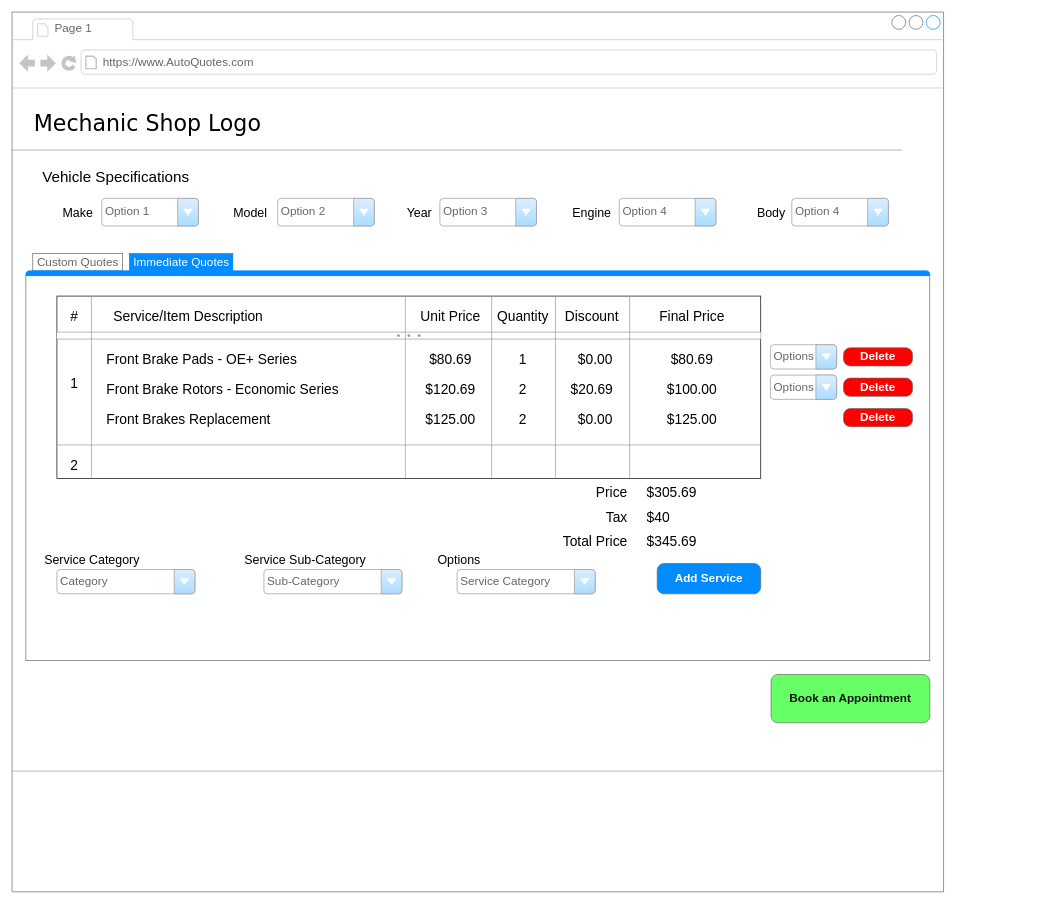
Above: Wireframe_Mockups/End-UserUI/EndUserMainQuotingPage.drawio in Awrmani/AutoQuotes (draw.io), before the change. Source tidied: cells renumbered, new cells numbered last; positions are measured from the earlier drawing's top-left corner, leaving out a move shared by most shapes. Both pictures are drawn from the tidied source at 69%, with x=0, y=0 at pixel (12, 12).
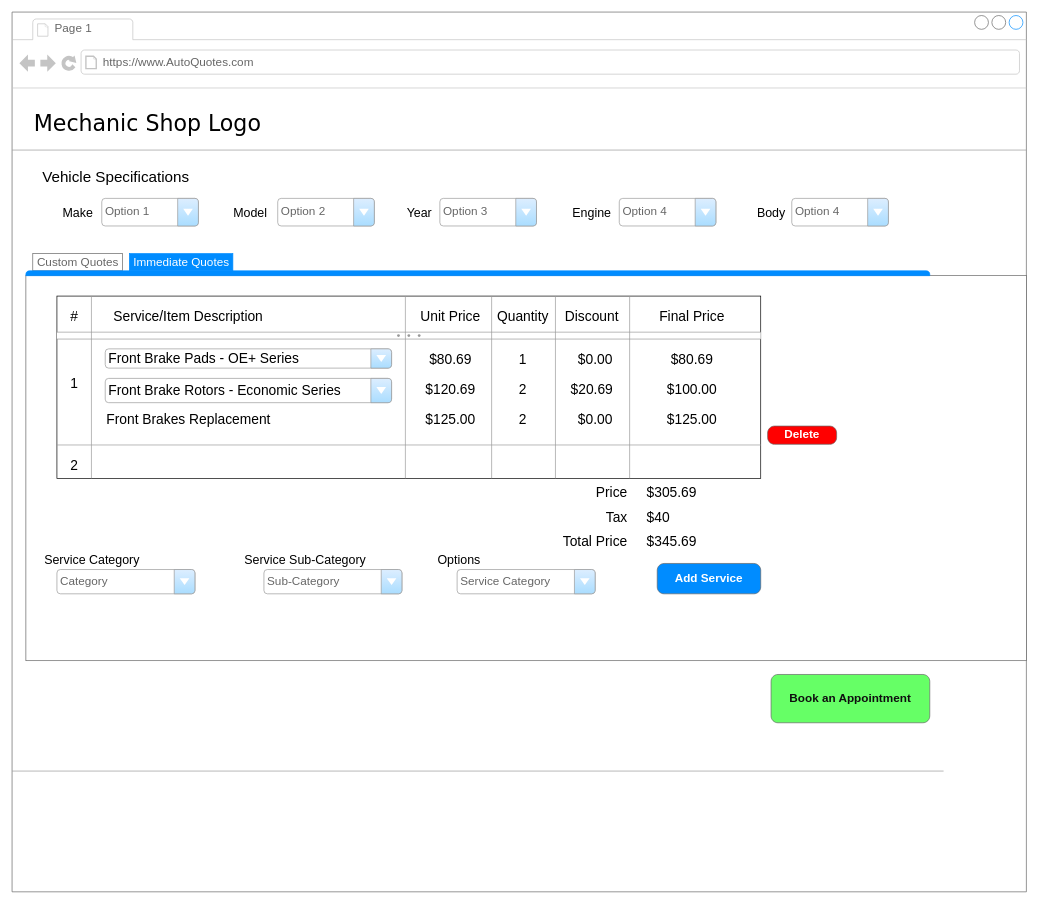
The same page after the edit.

Commit message:
improvement: User flow on quoting page

The edit, as a diff of the source:
```diff
@@
     <mxCell id="2" style="strokeWidth=1;shadow=0;dashed=0;align=left;html=1;shape=mxgraph.mockup.containers.browserWindow;rSize=0;strokeColor=#666666;mainText=,;rounded=0;labelBackgroundColor=none;fontFamily=Verdana;fontSize=12;" parent="1" vertex="1">
-      <mxGeometry width="1350" height="1275" as="geometry" />
+      <mxGeometry width="1470" height="1275" as="geometry" />
     </mxCell>
@@
     <mxCell id="6" style="verticalLabelPosition=bottom;shadow=0;dashed=0;align=center;html=1;verticalAlign=top;strokeWidth=1;shape=mxgraph.mockup.markup.line;strokeColor=#999999;rounded=0;labelBackgroundColor=none;fillColor=#ffffff;fontFamily=Verdana;fontSize=12;fontColor=#000000;" parent="2" vertex="1">
-      <mxGeometry y="190" width="1290" height="20" as="geometry" />
+      <mxGeometry y="190" width="1470" height="20" as="geometry" />
     </mxCell>
@@
     <mxCell id="19" style="strokeWidth=1;shadow=0;dashed=0;align=center;html=1;shape=mxgraph.mockup.containers.marginRect2;rectMarginTop=32;strokeColor=#666666;gradientColor=none;fontSize=20;" parent="2" vertex="1">
-      <mxGeometry x="20" y="350" width="1310" height="590" as="geometry" />
+      <mxGeometry x="20" y="350" width="1450" height="590" as="geometry" />
     </mxCell>
@@
-    <mxCell id="37" value="Front Brake Pads - OE+ Series" style="text;html=1;align=left;verticalAlign=middle;strokeColor=none;fillColor=none;fontSize=20;" parent="19" vertex="1">
-      <mxGeometry x="115" y="132.1" width="300" height="40" as="geometry" />
-    </mxCell>
-    <mxCell id="38" value="Front Brake Rotors - Economic Series" style="text;html=1;align=left;verticalAlign=middle;strokeColor=none;fillColor=none;fontSize=20;" parent="19" vertex="1">
-      <mxGeometry x="115" y="176.1" width="360" height="40" as="geometry" />
-    </mxCell>
@@
-    <mxCell id="52" value="Options" style="strokeWidth=1;shadow=0;dashed=0;align=center;html=1;shape=mxgraph.mockup.forms.comboBox;strokeColor=#999999;fillColor=#ddeeff;align=left;fillColor2=#aaddff;mainText=;fontColor=#666666;fontSize=17;spacingLeft=3;" parent="19" vertex="1">
-      <mxGeometry x="1079" y="132.1" width="96" height="35.2" as="geometry" />
+    <mxCell id="52" value="&lt;span style=&quot;color: rgb(0, 0, 0); font-size: 20px;&quot;&gt;Front Brake Pads - OE+ Series&lt;/span&gt;" style="strokeWidth=1;shadow=0;dashed=0;align=center;html=1;shape=mxgraph.mockup.forms.comboBox;strokeColor=#999999;fillColor=#ddeeff;align=left;fillColor2=#aaddff;mainText=;fontColor=#666666;fontSize=17;spacingLeft=3;" parent="19" vertex="1">
+      <mxGeometry x="115" y="138.1" width="415" height="27.9" as="geometry" />
     </mxCell>
-    <mxCell id="53" value="Options" style="strokeWidth=1;shadow=0;dashed=0;align=center;html=1;shape=mxgraph.mockup.forms.comboBox;strokeColor=#999999;fillColor=#ddeeff;align=left;fillColor2=#aaddff;mainText=;fontColor=#666666;fontSize=17;spacingLeft=3;" parent="19" vertex="1">
-      <mxGeometry x="1079" y="176.1" width="96" height="35.2" as="geometry" />
+    <mxCell id="53" value="&lt;span style=&quot;color: rgb(0, 0, 0); font-size: 20px;&quot;&gt;Front Brake Rotors - Economic Series&lt;/span&gt;" style="strokeWidth=1;shadow=0;dashed=0;align=center;html=1;shape=mxgraph.mockup.forms.comboBox;strokeColor=#999999;fillColor=#ddeeff;align=left;fillColor2=#aaddff;mainText=;fontColor=#666666;fontSize=17;spacingLeft=3;" parent="19" vertex="1">
+      <mxGeometry x="115" y="180.9" width="415" height="35.2" as="geometry" />
     </mxCell>
     <mxCell id="54" value="Delete" style="strokeWidth=1;shadow=0;dashed=0;align=center;html=1;shape=mxgraph.mockup.buttons.button;strokeColor=#666666;fontColor=#ffffff;mainText=;buttonStyle=round;fontSize=17;fontStyle=1;fillColor=#FF0000;whiteSpace=wrap;" parent="19" vertex="1">
-      <mxGeometry x="1185" y="224.6" width="100" height="26.4" as="geometry" />
+      <mxGeometry x="1075" y="250" width="100" height="26.4" as="geometry" />
     </mxCell>
-    <mxCell id="55" value="Delete" style="strokeWidth=1;shadow=0;dashed=0;align=center;html=1;shape=mxgraph.mockup.buttons.button;strokeColor=#666666;fontColor=#ffffff;mainText=;buttonStyle=round;fontSize=17;fontStyle=1;fillColor=#FF0000;whiteSpace=wrap;" parent="19" vertex="1">
-      <mxGeometry x="1185" y="136.5" width="100" height="26.4" as="geometry" />
-    </mxCell>
-    <mxCell id="56" value="Delete" style="strokeWidth=1;shadow=0;dashed=0;align=center;html=1;shape=mxgraph.mockup.buttons.button;strokeColor=#666666;fontColor=#ffffff;mainText=;buttonStyle=round;fontSize=17;fontStyle=1;fillColor=#FF0000;whiteSpace=wrap;" parent="19" vertex="1">
-      <mxGeometry x="1185" y="180.5" width="100" height="26.4" as="geometry" />
-    </mxCell>
```
